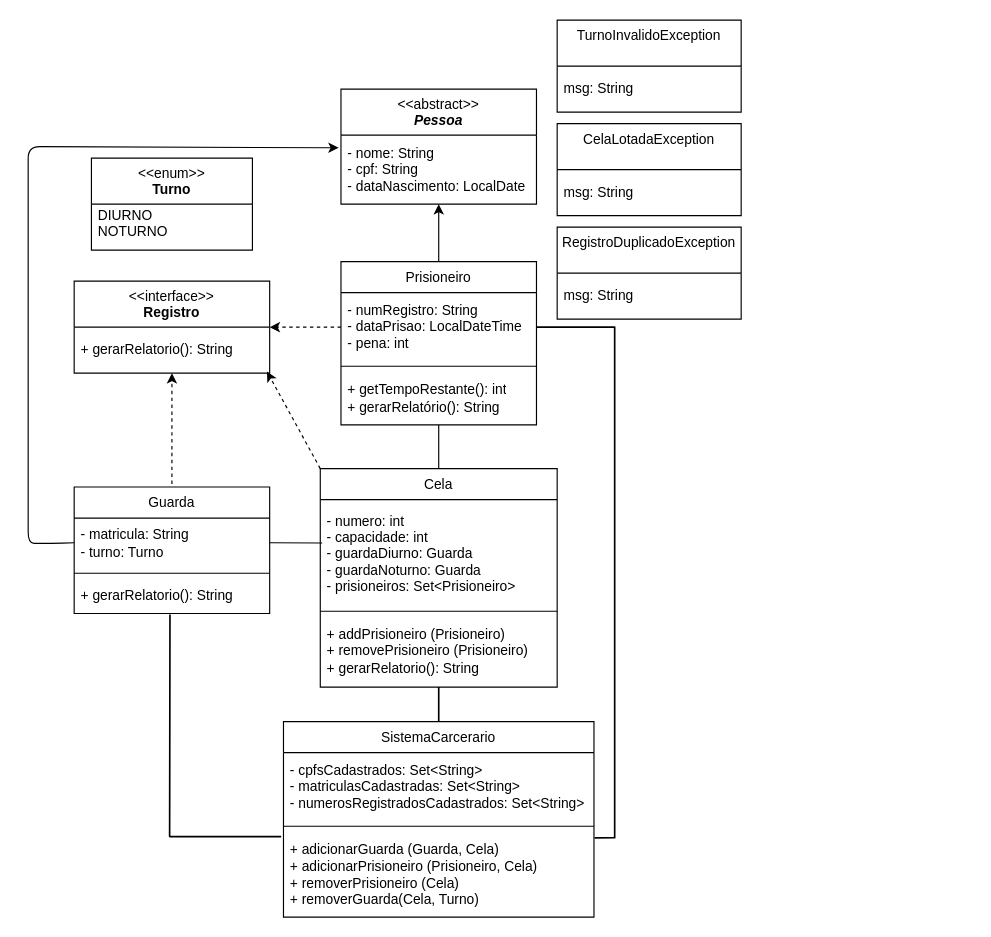
Above: diagrama.drawio in laisvarela/SistemaCarcerario (draw.io), before the change. Source tidied: cells renumbered, new cells numbered last; positions are measured from the earlier drawing's top-left corner, leaving out a move shared by most shapes. Both pictures are drawn from the tidied source at 115%, with x=0, y=0 at pixel (28, 20).
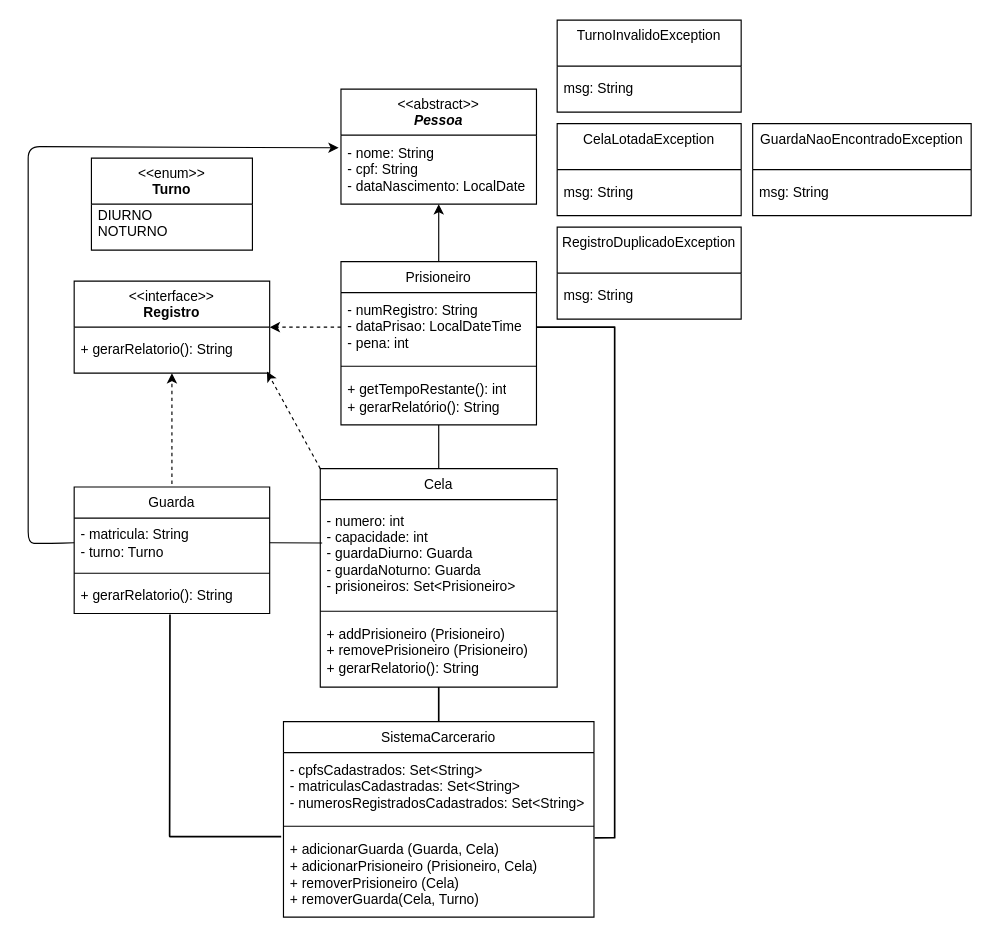
Above is the later version.

What changed in the source:
```diff
@@
+    <mxCell id="40" value="GuardaNaoEncontradoException&lt;div&gt;&lt;br&gt;&lt;/div&gt;" style="swimlane;fontStyle=0;align=center;verticalAlign=top;horizontal=1;startSize=40;html=1;whiteSpace=wrap;" parent="1" vertex="1">
+      <mxGeometry x="630" y="90" width="190" height="80" as="geometry" />
+    </mxCell>
+    <mxCell id="41" value="&lt;div&gt;&lt;span style=&quot;background-color: transparent;&quot;&gt;&lt;font style=&quot;color: rgb(0, 0, 0);&quot;&gt;msg: String&lt;/font&gt;&lt;/span&gt;&lt;/div&gt;" style="text;html=1;strokeColor=none;fillColor=none;align=left;verticalAlign=middle;spacingLeft=4;spacingRight=4;overflow=hidden;whiteSpace=wrap;" parent="40" vertex="1">
+      <mxGeometry y="40" width="190" height="40" as="geometry" />
+    </mxCell>
```
